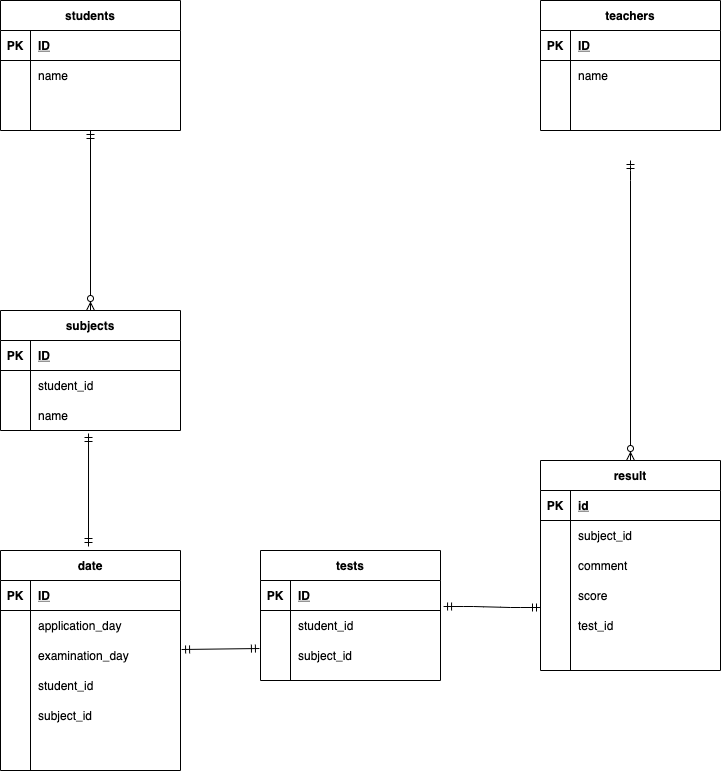
This is index.drawio.png from mkiim/ERD, a draw.io export, as it was before one commit. Source tidied: cells renumbered, new cells last; positions are measured from the earlier drawing's top-left corner, leaving out a move shared by most shapes.
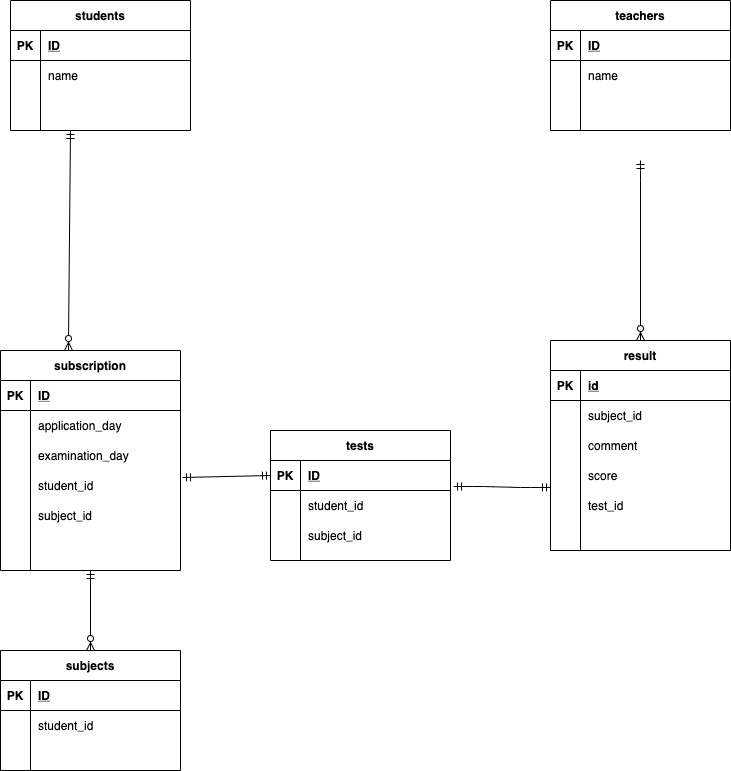
After the change.

Change to the diagram source:
```diff
@@ -63,7 +63,7 @@
       <mxGeometry x="30" width="150" height="30" as="geometry" />
     </mxCell>
     <mxCell id="22" value="result" style="shape=table;startSize=30;rowLines=0;fontStyle=1;align=center;" parent="1" vertex="1">
-      <mxGeometry x="540" y="460" width="180" height="210" as="geometry" />
+      <mxGeometry x="540" y="340" width="180" height="210" as="geometry" />
     </mxCell>
     <mxCell id="23" style="shape=partialRectangle;fillColor=none;top=0;left=0;bottom=1;right=0;" parent="22" vertex="1">
       <mxGeometry y="30" width="180" height="30" as="geometry" />
@@ -111,7 +111,7 @@
       <mxGeometry x="30" width="150" height="30" as="geometry" />
     </mxCell>
     <mxCell id="38" value="subjects" style="shape=table;startSize=30;rowLines=0;fontStyle=1;align=center;" parent="1" vertex="1">
-      <mxGeometry y="310" width="180" height="120" as="geometry" />
+      <mxGeometry x="-10" y="650" width="180" height="120" as="geometry" />
     </mxCell>
     <mxCell id="39" style="shape=partialRectangle;fillColor=none;top=0;left=0;bottom=1;right=0;" parent="38" vertex="1">
       <mxGeometry y="30" width="180" height="30" as="geometry" />
@@ -137,14 +137,11 @@
     <mxCell id="46" style="shape=partialRectangle;fillColor=none;top=0;left=0;bottom=0;right=0;overflow=hidden;" parent="45" vertex="1">
       <mxGeometry width="30" height="30" as="geometry" />
     </mxCell>
-    <mxCell id="47" value="name" style="shape=partialRectangle;fillColor=none;top=0;left=0;bottom=0;right=0;align=left;spacingLeft=6;overflow=hidden;" parent="45" vertex="1">
+    <mxCell id="47" style="shape=partialRectangle;fillColor=none;top=0;left=0;bottom=0;right=0;align=left;spacingLeft=6;overflow=hidden;" parent="45" vertex="1">
       <mxGeometry x="30" width="150" height="30" as="geometry" />
     </mxCell>
-    <mxCell id="48" style="fontSize=12;html=1;endArrow=ERzeroToMany;startArrow=ERmandOne;exitX=0.5;exitY=1;exitDx=0;exitDy=0;entryX=0.5;entryY=0;entryDx=0;entryDy=0;" parent="1" edge="1" source="2" target="38">
-      <mxGeometry relative="1" as="geometry" />
-    </mxCell>
     <mxCell id="49" value="tests" style="shape=table;startSize=30;rowLines=0;fontStyle=1;align=center;" parent="1" vertex="1">
-      <mxGeometry x="260" y="550" width="180" height="130" as="geometry" />
+      <mxGeometry x="260" y="430" width="180" height="130" as="geometry" />
     </mxCell>
     <mxCell id="50" style="shape=partialRectangle;fillColor=none;top=0;left=0;bottom=1;right=0;points=[[0,0.5],[1,0.5]];portConstraint=eastwest;" parent="49" vertex="1">
       <mxGeometry y="30" width="180" height="30" as="geometry" />
@@ -173,6 +170,9 @@
     <mxCell id="58" value="subject_id" style="shape=partialRectangle;fillColor=none;top=0;left=0;bottom=0;right=0;align=left;spacingLeft=6;overflow=hidden;" parent="56" vertex="1">
       <mxGeometry x="30" width="150" height="30" as="geometry" />
     </mxCell>
+    <mxCell id="79" style="edgeStyle=none;rounded=0;orthogonalLoop=1;jettySize=auto;html=1;entryX=0;entryY=0.5;entryDx=0;entryDy=0;" parent="49" edge="1" source="50" target="50">
+      <mxGeometry relative="1" as="geometry" />
+    </mxCell>
     <mxCell id="59" style="fontSize=12;html=1;endArrow=ERzeroToMany;startArrow=ERmandOne;entryX=0.5;entryY=0;entryDx=0;entryDy=0;" parent="1" edge="1" target="22">
       <mxGeometry relative="1" as="geometry">
         <mxPoint x="630" y="160" as="sourcePoint" />
@@ -184,8 +184,8 @@
     <mxCell id="60" style="edgeStyle=entityRelationEdgeStyle;fontSize=12;html=1;endArrow=ERmandOne;startArrow=ERmandOne;entryX=0;entryY=0.9;entryDx=0;entryDy=0;entryPerimeter=0;exitX=1.017;exitY=-0.133;exitDx=0;exitDy=0;exitPerimeter=0;" parent="1" edge="1" source="53" target="32">
       <mxGeometry relative="1" as="geometry" />
     </mxCell>
-    <mxCell id="61" value="date" style="shape=table;startSize=30;rowLines=0;fontStyle=1;align=center;" parent="1" vertex="1">
-      <mxGeometry y="550" width="180" height="220" as="geometry" />
+    <mxCell id="61" value="subscription" style="shape=table;startSize=30;rowLines=0;fontStyle=1;align=center;" parent="1" vertex="1">
+      <mxGeometry x="-10" y="350" width="180" height="220" as="geometry" />
     </mxCell>
     <mxCell id="62" style="shape=partialRectangle;fillColor=none;top=0;left=0;bottom=1;right=0;" parent="61" vertex="1">
       <mxGeometry y="30" width="180" height="30" as="geometry" />
@@ -232,13 +232,22 @@
     <mxCell id="76" value="subject_id" style="shape=partialRectangle;fillColor=none;top=0;left=0;bottom=0;right=0;align=left;spacingLeft=6;overflow=hidden;" parent="74" vertex="1">
       <mxGeometry x="30" width="150" height="30" as="geometry" />
     </mxCell>
-    <mxCell id="77" style="fontSize=12;html=1;endArrow=ERmandOne;startArrow=ERmandOne;entryX=0.489;entryY=1.1;entryDx=0;entryDy=0;entryPerimeter=0;" parent="1" edge="1" target="45">
-      <mxGeometry relative="1" as="geometry">
-        <mxPoint x="88" y="546" as="sourcePoint" />
-      </mxGeometry>
-    </mxCell>
-    <mxCell id="78" style="fontSize=12;html=1;endArrow=ERmandOne;startArrow=ERmandOne;exitX=1.006;exitY=0.3;exitDx=0;exitDy=0;exitPerimeter=0;entryX=-0.006;entryY=0.267;entryDx=0;entryDy=0;entryPerimeter=0;" parent="1" edge="1" source="68" target="56">
+    <mxCell id="78" style="fontSize=12;html=1;endArrow=ERmandOne;startArrow=ERmandOne;exitX=1.011;exitY=0.233;exitDx=0;exitDy=0;exitPerimeter=0;entryX=0;entryY=0.5;entryDx=0;entryDy=0;" parent="1" edge="1" source="71" target="50">
       <mxGeometry relative="1" as="geometry" />
     </mxCell>
+    <mxCell id="80" style="fontSize=12;html=1;endArrow=ERzeroToMany;startArrow=ERmandOne;" parent="1" edge="1">
+      <mxGeometry relative="1" as="geometry">
+        <mxPoint x="60" y="130" as="sourcePoint" />
+        <mxPoint x="58" y="350" as="targetPoint" />
+        <Array as="points">
+          <mxPoint x="58" y="340" />
+        </Array>
+      </mxGeometry>
+    </mxCell>
+    <mxCell id="81" style="fontSize=12;html=1;endArrow=ERzeroToMany;startArrow=ERmandOne;entryX=0.5;entryY=0;entryDx=0;entryDy=0;" parent="1" edge="1" target="38">
+      <mxGeometry relative="1" as="geometry">
+        <mxPoint x="80" y="570" as="sourcePoint" />
+      </mxGeometry>
+    </mxCell>
   </root>
 </mxGraphModel>
```
